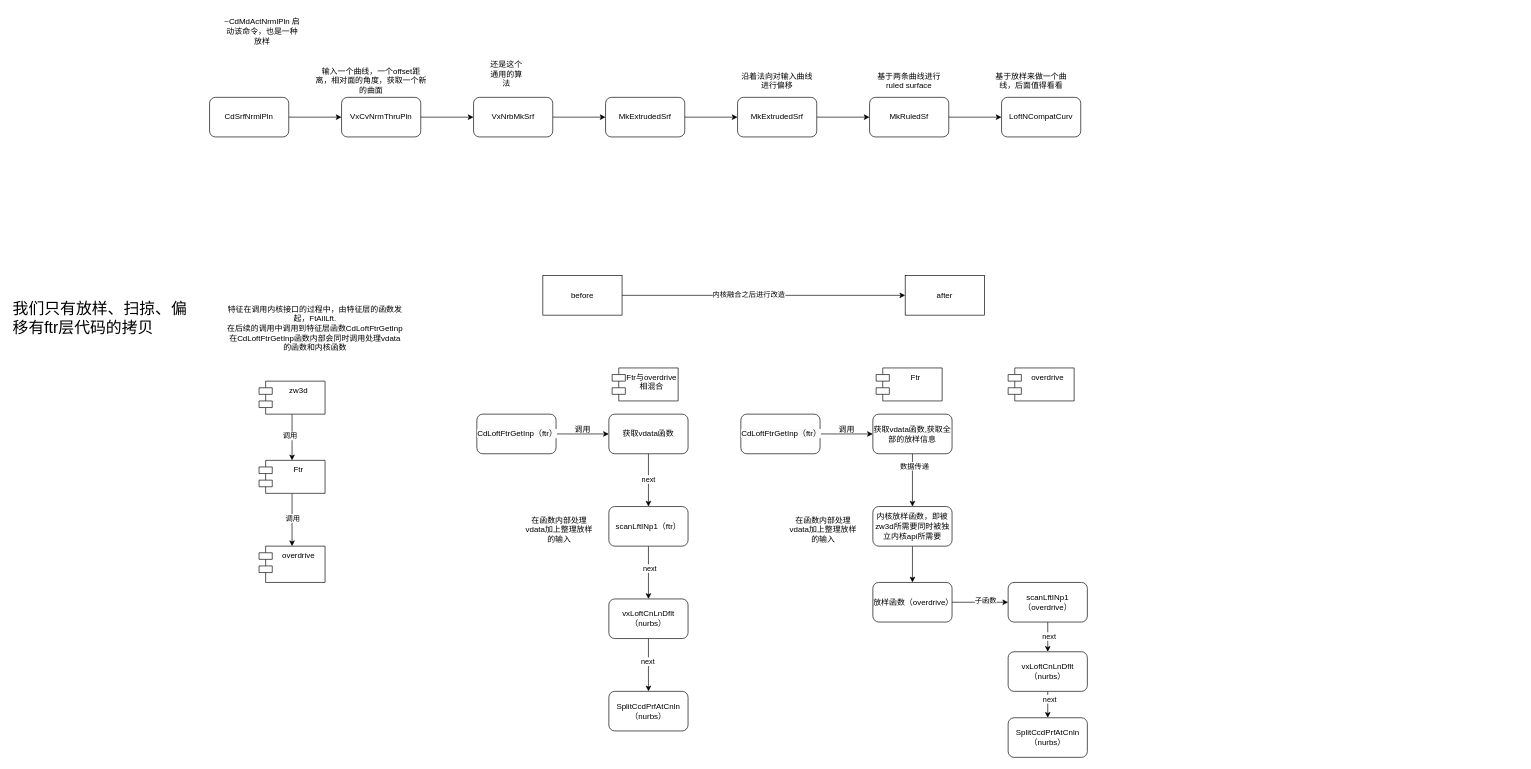
This is 绘图记录/放样.drawio from studyrohan/BSpline_learn, a draw.io file, before an edit. Source tidied: cells renumbered, new cells numbered last; positions are measured from the earlier drawing's top-left corner, leaving out a move shared by most shapes. Both pictures are drawn from the tidied source at 66%, with x=0, y=0 at pixel (11, 11).
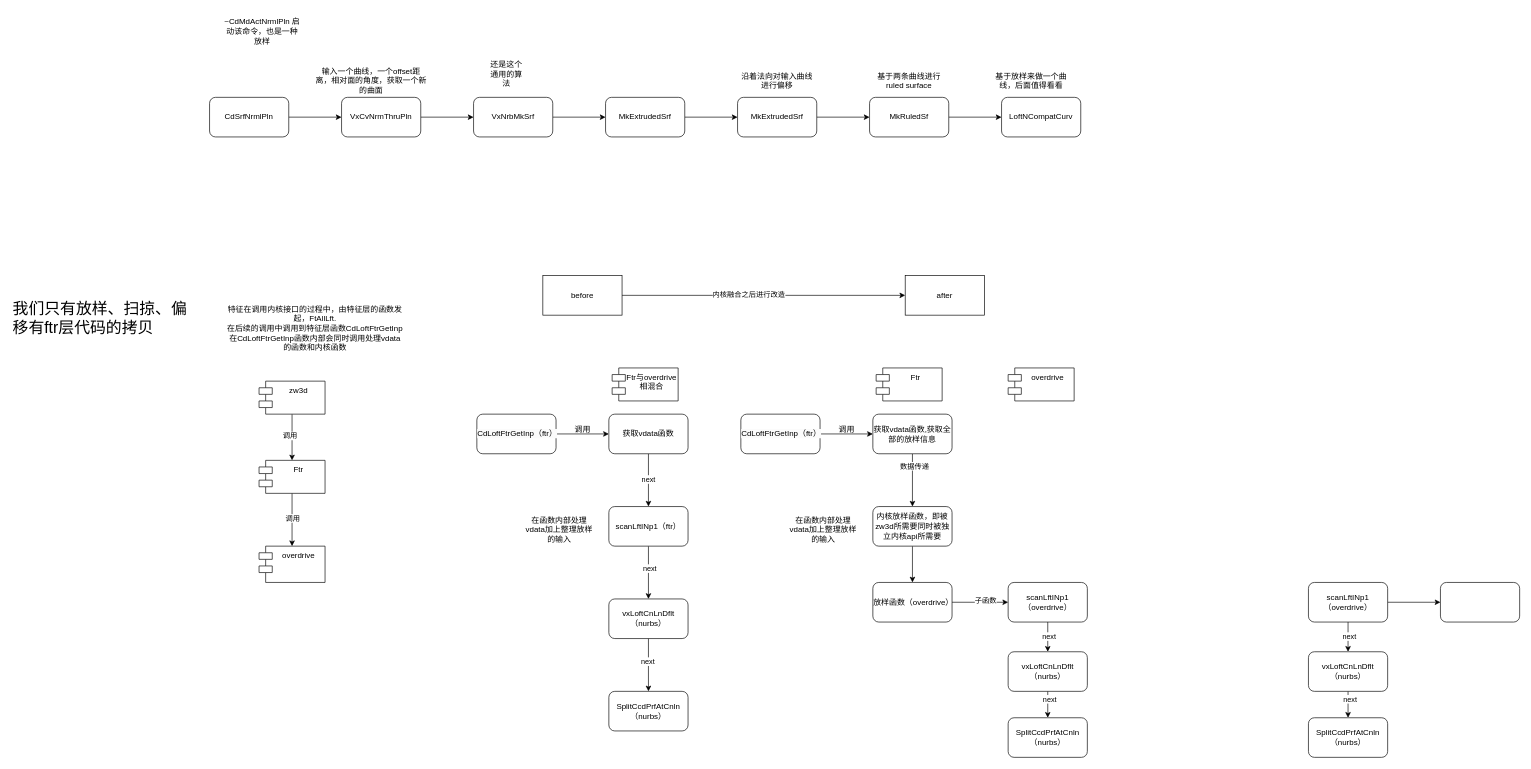
The same diagram, later.

The edit, as a diff of the source:
```diff
@@
+    <mxCell id="70" style="edgeStyle=orthogonalEdgeStyle;rounded=0;jettySize=auto;html=1;" parent="1" edge="1" source="73" target="76">
+      <mxGeometry relative="1" as="geometry" />
+    </mxCell>
+    <mxCell id="71" value="next" style="edgeLabel;html=1;align=center;verticalAlign=middle;" parent="70" vertex="1">
+      <mxGeometry x="-0.06" y="1" relative="1" as="geometry" />
+    </mxCell>
+    <mxCell id="72" style="edgeStyle=orthogonalEdgeStyle;rounded=0;jettySize=auto;html=1;" parent="1" edge="1" source="73" target="78">
+      <mxGeometry relative="1" as="geometry" />
+    </mxCell>
+    <mxCell id="73" value="scanLftINp1（overdrive）" style="whiteSpace=wrap;html=1;rounded=1;" parent="1" vertex="1">
+      <mxGeometry x="1965" y="865" width="120" height="60" as="geometry" />
+    </mxCell>
+    <mxCell id="74" style="edgeStyle=orthogonalEdgeStyle;rounded=0;jettySize=auto;html=1;" parent="1" edge="1" source="76" target="77">
+      <mxGeometry relative="1" as="geometry" />
+    </mxCell>
+    <mxCell id="75" value="next" style="edgeLabel;html=1;align=center;verticalAlign=middle;" parent="74" vertex="1">
+      <mxGeometry x="-0.43" y="2" relative="1" as="geometry" />
+    </mxCell>
+    <mxCell id="76" value="vxLoftCnLnDflt（nurbs）" style="whiteSpace=wrap;html=1;rounded=1;" parent="1" vertex="1">
+      <mxGeometry x="1965" y="970" width="120" height="60" as="geometry" />
+    </mxCell>
+    <mxCell id="77" value="SplitCcdPrfAtCnln（nurbs）" style="whiteSpace=wrap;html=1;rounded=1;" parent="1" vertex="1">
+      <mxGeometry x="1965" y="1070" width="120" height="60" as="geometry" />
+    </mxCell>
+    <mxCell id="78" style="whiteSpace=wrap;html=1;rounded=1;" parent="1" vertex="1">
+      <mxGeometry x="2165" y="865" width="120" height="60" as="geometry" />
+    </mxCell>
```
